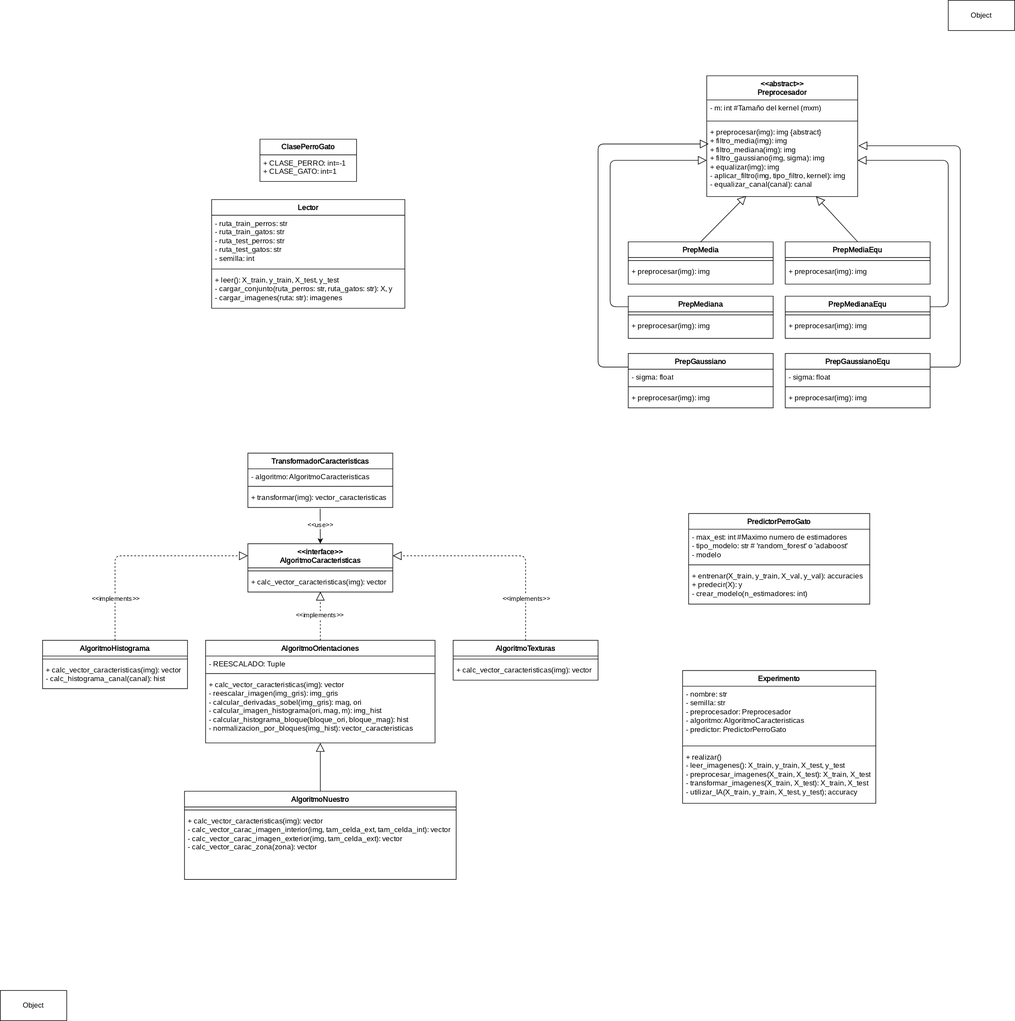
eloyUA/Clasificador-de-Perros-Gatos keeps this draw.io diagram as diagramas/clases.svg. Above is the earlier version. Source tidied: cells renumbered, new cells last; positions are measured from the earlier drawing's top-left corner, leaving out a move shared by most shapes.
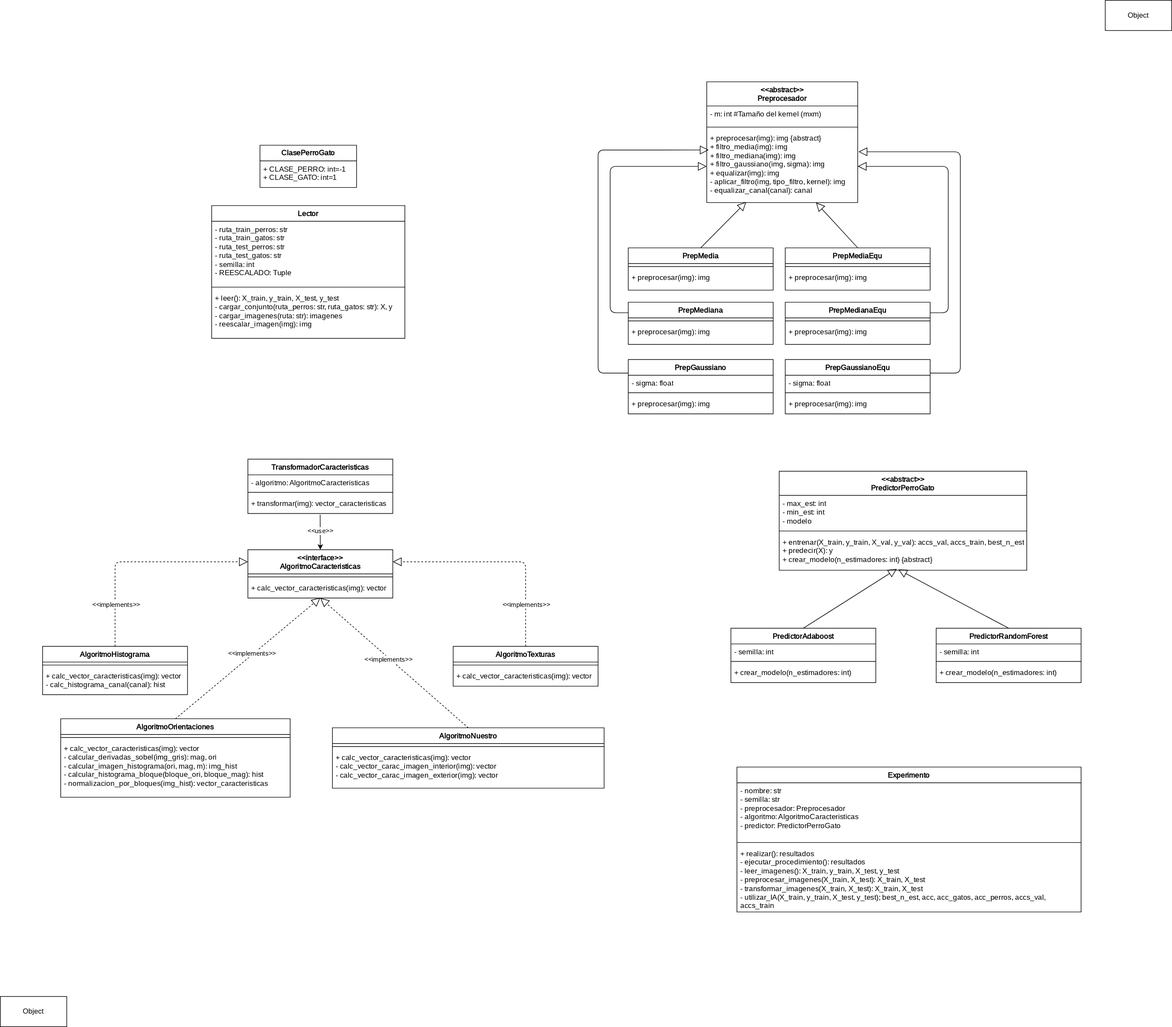
Later version of the same file.

What changed in the source:
```diff
@@ -9,16 +9,16 @@
       <mxGeometry y="26" width="160" height="44" as="geometry" />
     </mxCell>
     <mxCell id="4" value="&lt;font face=&quot;Nunito&quot;&gt;Lector&lt;/font&gt;" style="swimlane;fontStyle=1;align=center;verticalAlign=top;horizontal=1;startSize=26;whiteSpace=wrap;html=1;" parent="1" vertex="1">
-      <mxGeometry x="350" y="330" width="320" height="180" as="geometry" />
+      <mxGeometry x="350" y="330" width="320" height="220" as="geometry" />
     </mxCell>
-    <mxCell id="5" value="&lt;font face=&quot;Nunito&quot;&gt;- ruta_train_perros: str&lt;/font&gt;&lt;div&gt;&lt;font face=&quot;Nunito&quot;&gt;- ruta_train_gatos: str&lt;/font&gt;&lt;/div&gt;&lt;div&gt;&lt;font face=&quot;Nunito&quot;&gt;- ruta_test_perros: str&lt;/font&gt;&lt;/div&gt;&lt;div&gt;&lt;font face=&quot;Nunito&quot;&gt;- ruta_test_gatos: str&lt;/font&gt;&lt;/div&gt;&lt;div&gt;&lt;font face=&quot;Nunito&quot;&gt;- semilla: int&lt;/font&gt;&lt;/div&gt;" style="text;strokeColor=none;fillColor=none;align=left;verticalAlign=top;spacingLeft=4;spacingRight=4;overflow=hidden;whiteSpace=wrap;html=1;" parent="4" vertex="1">
-      <mxGeometry y="26" width="320" height="84" as="geometry" />
+    <mxCell id="5" value="&lt;font face=&quot;Nunito&quot;&gt;- ruta_train_perros: str&lt;/font&gt;&lt;div&gt;&lt;font face=&quot;Nunito&quot;&gt;- ruta_train_gatos: str&lt;/font&gt;&lt;/div&gt;&lt;div&gt;&lt;font face=&quot;Nunito&quot;&gt;- ruta_test_perros: str&lt;/font&gt;&lt;/div&gt;&lt;div&gt;&lt;font face=&quot;Nunito&quot;&gt;- ruta_test_gatos: str&lt;/font&gt;&lt;/div&gt;&lt;div&gt;&lt;font face=&quot;Nunito&quot;&gt;- semilla: int&lt;/font&gt;&lt;/div&gt;&lt;div&gt;&lt;font face=&quot;Nunito&quot;&gt;- REESCALADO: Tuple&lt;/font&gt;&lt;/div&gt;" style="text;strokeColor=none;fillColor=none;align=left;verticalAlign=top;spacingLeft=4;spacingRight=4;overflow=hidden;whiteSpace=wrap;html=1;" parent="4" vertex="1">
+      <mxGeometry y="26" width="320" height="104" as="geometry" />
     </mxCell>
     <mxCell id="6" style="line;strokeWidth=1;fillColor=none;align=left;verticalAlign=middle;spacingTop=-1;spacingLeft=3;spacingRight=3;labelPosition=right;strokeColor=inherit;" parent="4" vertex="1">
-      <mxGeometry y="110" width="320" height="10" as="geometry" />
+      <mxGeometry y="130" width="320" height="10" as="geometry" />
     </mxCell>
-    <mxCell id="7" value="&lt;font face=&quot;Nunito&quot;&gt;+ leer(): X_train, y_train, X_test, y_test&lt;/font&gt;&lt;div&gt;&lt;font face=&quot;Nunito&quot;&gt;- cargar_conjunto(ruta_perros: str, ruta_gatos: str): X, y&lt;/font&gt;&lt;/div&gt;&lt;div&gt;&lt;font face=&quot;Nunito&quot;&gt;- cargar_imagenes(ruta: str): imagenes&lt;/font&gt;&lt;/div&gt;" style="text;strokeColor=none;fillColor=none;align=left;verticalAlign=top;spacingLeft=4;spacingRight=4;overflow=hidden;whiteSpace=wrap;html=1;" parent="4" vertex="1">
-      <mxGeometry y="120" width="320" height="60" as="geometry" />
+    <mxCell id="7" value="&lt;font face=&quot;Nunito&quot;&gt;+ leer(): X_train, y_train, X_test, y_test&lt;/font&gt;&lt;div&gt;&lt;font face=&quot;Nunito&quot;&gt;- cargar_conjunto(ruta_perros: str, ruta_gatos: str): X, y&lt;/font&gt;&lt;/div&gt;&lt;div&gt;&lt;font face=&quot;Nunito&quot;&gt;- cargar_imagenes(ruta: str): imagenes&lt;/font&gt;&lt;/div&gt;&lt;div&gt;&lt;font face=&quot;Nunito&quot;&gt;- reescalar_imagen(img): img&lt;/font&gt;&lt;/div&gt;" style="text;strokeColor=none;fillColor=none;align=left;verticalAlign=top;spacingLeft=4;spacingRight=4;overflow=hidden;whiteSpace=wrap;html=1;" parent="4" vertex="1">
+      <mxGeometry y="140" width="320" height="80" as="geometry" />
     </mxCell>
     <mxCell id="8" value="&lt;font&gt;&amp;lt;&amp;lt;abstract&amp;gt;&amp;gt;&lt;/font&gt;&lt;div&gt;&lt;font&gt;Preprocesador&lt;/font&gt;&lt;/div&gt;" style="swimlane;fontStyle=1;align=center;verticalAlign=top;horizontal=1;startSize=40;whiteSpace=wrap;html=1;fontFamily=Nunito;fontSource=https%3A%2F%2Ffonts.googleapis.com%2Fcss2%3Ffamily%3DNunito%3Awght%40200%3B300%3B400%3B600%3B700%3B800%3B900%26display%3Dswap;" parent="1" vertex="1">
       <mxGeometry x="1170" y="125" width="250" height="200" as="geometry" />
@@ -155,52 +155,46 @@
       <mxGeometry y="36" width="240" height="30" as="geometry" />
     </mxCell>
     <mxCell id="49" value="&lt;font face=&quot;Nunito&quot;&gt;AlgoritmoOrientaciones&lt;/font&gt;" style="swimlane;fontStyle=1;align=center;verticalAlign=top;horizontal=1;startSize=26;whiteSpace=wrap;html=1;" parent="1" vertex="1">
-      <mxGeometry x="340" y="1060" width="380" height="170" as="geometry" />
+      <mxGeometry x="100" y="1180" width="380" height="130" as="geometry" />
     </mxCell>
-    <mxCell id="50" value="&lt;font face=&quot;Nunito&quot;&gt;- REESCALADO: Tuple&lt;/font&gt;" style="text;strokeColor=none;fillColor=none;align=left;verticalAlign=top;spacingLeft=4;spacingRight=4;overflow=hidden;whiteSpace=wrap;html=1;" parent="49" vertex="1">
-      <mxGeometry y="26" width="380" height="24" as="geometry" />
-    </mxCell>
     <mxCell id="51" style="line;strokeWidth=1;fillColor=none;align=left;verticalAlign=middle;spacingTop=-1;spacingLeft=3;spacingRight=3;labelPosition=right;strokeColor=inherit;" parent="49" vertex="1">
-      <mxGeometry y="50" width="380" height="10" as="geometry" />
+      <mxGeometry y="26" width="380" height="10" as="geometry" />
     </mxCell>
-    <mxCell id="52" value="&lt;font face=&quot;Nunito&quot;&gt;+ calc_vector_caracteristicas(img): vector&lt;/font&gt;&lt;div&gt;&lt;font face=&quot;Nunito&quot;&gt;- reescalar_imagen(img_gris): img_gris&lt;/font&gt;&lt;/div&gt;&lt;div&gt;&lt;font face=&quot;Nunito&quot;&gt;- calcular_derivadas_sobel(img_gris): mag, ori&lt;/font&gt;&lt;/div&gt;&lt;div&gt;&lt;font face=&quot;Nunito&quot;&gt;- calcular_imagen_histograma(ori, mag, m): img_hist&lt;/font&gt;&lt;/div&gt;&lt;div&gt;&lt;font face=&quot;Nunito&quot;&gt;- calcular_histograma_bloque(bloque_ori, bloque_mag): hist&lt;/font&gt;&lt;/div&gt;&lt;div&gt;&lt;font face=&quot;Nunito&quot;&gt;- normalizacion_por_bloques(img_hist): vector_caracteristicas&lt;/font&gt;&lt;/div&gt;" style="text;strokeColor=none;fillColor=none;align=left;verticalAlign=top;spacingLeft=4;spacingRight=4;overflow=hidden;points=[[0,0.5],[1,0.5]];portConstraint=eastwest;whiteSpace=wrap;html=1;" parent="49" vertex="1">
-      <mxGeometry y="60" width="380" height="110" as="geometry" />
+    <mxCell id="52" value="&lt;font face=&quot;Nunito&quot;&gt;+ calc_vector_caracteristicas(img): vector&lt;/font&gt;&lt;div&gt;&lt;font face=&quot;Nunito&quot;&gt;- calcular_derivadas_sobel(img_gris): mag, ori&lt;/font&gt;&lt;/div&gt;&lt;div&gt;&lt;font face=&quot;Nunito&quot;&gt;- calcular_imagen_histograma(ori, mag, m): img_hist&lt;/font&gt;&lt;/div&gt;&lt;div&gt;&lt;font face=&quot;Nunito&quot;&gt;- calcular_histograma_bloque(bloque_ori, bloque_mag): hist&lt;/font&gt;&lt;/div&gt;&lt;div&gt;&lt;font face=&quot;Nunito&quot;&gt;- normalizacion_por_bloques(img_hist): vector_caracteristicas&lt;/font&gt;&lt;/div&gt;" style="text;strokeColor=none;fillColor=none;align=left;verticalAlign=top;spacingLeft=4;spacingRight=4;overflow=hidden;points=[[0,0.5],[1,0.5]];portConstraint=eastwest;whiteSpace=wrap;html=1;" parent="49" vertex="1">
+      <mxGeometry y="36" width="380" height="94" as="geometry" />
     </mxCell>
-    <mxCell id="53" style="edgeStyle=none;html=1;exitX=0.5;exitY=0;exitDx=0;exitDy=0;endArrow=block;endFill=0;endSize=12;" parent="1" edge="1" source="54" target="52">
-      <mxGeometry relative="1" as="geometry" />
-    </mxCell>
     <mxCell id="54" value="&lt;font face=&quot;Nunito&quot;&gt;AlgoritmoNuestro&lt;/font&gt;" style="swimlane;fontStyle=1;align=center;verticalAlign=top;horizontal=1;startSize=26;whiteSpace=wrap;html=1;" parent="1" vertex="1">
-      <mxGeometry x="305" y="1310" width="450" height="146" as="geometry" />
+      <mxGeometry x="550" y="1195" width="450" height="100" as="geometry" />
     </mxCell>
     <mxCell id="55" style="line;strokeWidth=1;fillColor=none;align=left;verticalAlign=middle;spacingTop=-1;spacingLeft=3;spacingRight=3;labelPosition=right;strokeColor=inherit;" parent="54" vertex="1">
       <mxGeometry y="26" width="450" height="10" as="geometry" />
     </mxCell>
-    <mxCell id="56" value="&lt;font face=&quot;Nunito&quot;&gt;+ calc_vector_caracteristicas(img): vector&lt;/font&gt;&lt;div&gt;&lt;font face=&quot;Nunito&quot;&gt;- calc_vector_carac_imagen_interior(img, tam_celda_ext, tam_celda_int): vector&lt;/font&gt;&lt;/div&gt;&lt;div&gt;&lt;font face=&quot;Nunito&quot;&gt;- calc_vector_carac_imagen_exterior(img, tam_celda_ext): vector&lt;/font&gt;&lt;/div&gt;&lt;div&gt;&lt;font face=&quot;Nunito&quot;&gt;- calc_vector_carac_zona(zona): vector&lt;/font&gt;&lt;/div&gt;" style="text;strokeColor=none;fillColor=none;align=left;verticalAlign=top;spacingLeft=4;spacingRight=4;overflow=hidden;whiteSpace=wrap;html=1;" parent="54" vertex="1">
-      <mxGeometry y="36" width="450" height="110" as="geometry" />
+    <mxCell id="56" value="&lt;font face=&quot;Nunito&quot;&gt;+ calc_vector_caracteristicas(img): vector&lt;/font&gt;&lt;div&gt;&lt;font face=&quot;Nunito&quot;&gt;- calc_vector_carac_imagen_interior(img): vector&lt;/font&gt;&lt;/div&gt;&lt;div&gt;&lt;font face=&quot;Nunito&quot;&gt;- calc_vector_carac_imagen_exterior(img): vector&lt;/font&gt;&lt;/div&gt;" style="text;strokeColor=none;fillColor=none;align=left;verticalAlign=top;spacingLeft=4;spacingRight=4;overflow=hidden;whiteSpace=wrap;html=1;" parent="54" vertex="1">
+      <mxGeometry y="36" width="450" height="64" as="geometry" />
     </mxCell>
-    <mxCell id="57" value="&lt;font face=&quot;Nunito&quot;&gt;PredictorPerroGato&lt;/font&gt;" style="swimlane;fontStyle=1;align=center;verticalAlign=top;horizontal=1;startSize=26;whiteSpace=wrap;html=1;" parent="1" vertex="1">
-      <mxGeometry x="1140" y="850" width="300" height="150" as="geometry" />
+    <mxCell id="57" value="&lt;font face=&quot;Nunito&quot;&gt;&amp;lt;&amp;lt;abstract&amp;gt;&amp;gt;&lt;/font&gt;&lt;div&gt;&lt;font face=&quot;Nunito&quot;&gt;PredictorPerroGato&lt;/font&gt;&lt;/div&gt;" style="swimlane;fontStyle=1;align=center;verticalAlign=top;horizontal=1;startSize=40;whiteSpace=wrap;html=1;" parent="1" vertex="1">
+      <mxGeometry x="1290" y="770" width="410" height="164" as="geometry" />
     </mxCell>
-    <mxCell id="58" value="&lt;font face=&quot;Nunito&quot;&gt;- max_est: int #Maximo numero de estimadores&lt;/font&gt;&lt;div&gt;&lt;font face=&quot;Nunito&quot;&gt;- tipo_modelo: str # 'random_forest' o 'adaboost'&lt;/font&gt;&lt;/div&gt;&lt;div&gt;&lt;font face=&quot;Nunito&quot;&gt;- modelo&lt;/font&gt;&lt;/div&gt;" style="text;strokeColor=none;fillColor=none;align=left;verticalAlign=top;spacingLeft=4;spacingRight=4;overflow=hidden;whiteSpace=wrap;html=1;" parent="57" vertex="1">
-      <mxGeometry y="26" width="300" height="54" as="geometry" />
+    <mxCell id="58" value="&lt;font face=&quot;Nunito&quot;&gt;- max_est: int&lt;/font&gt;&lt;div&gt;&lt;font face=&quot;Nunito&quot;&gt;- min_est: int&lt;/font&gt;&lt;div&gt;&lt;font face=&quot;Nunito&quot;&gt;- modelo&lt;/font&gt;&lt;/div&gt;&lt;/div&gt;" style="text;strokeColor=none;fillColor=none;align=left;verticalAlign=top;spacingLeft=4;spacingRight=4;overflow=hidden;whiteSpace=wrap;html=1;" parent="57" vertex="1">
+      <mxGeometry y="40" width="410" height="54" as="geometry" />
     </mxCell>
     <mxCell id="59" style="line;strokeWidth=1;fillColor=none;align=left;verticalAlign=middle;spacingTop=-1;spacingLeft=3;spacingRight=3;labelPosition=right;strokeColor=inherit;" parent="57" vertex="1">
-      <mxGeometry y="80" width="300" height="10" as="geometry" />
+      <mxGeometry y="94" width="410" height="10" as="geometry" />
     </mxCell>
-    <mxCell id="60" value="&lt;font face=&quot;Nunito&quot;&gt;+ entrenar(X_train, y_train, X_val, y_val): accuracies&lt;/font&gt;&lt;div&gt;&lt;font face=&quot;Nunito&quot;&gt;+ predecir(X): y&lt;/font&gt;&lt;/div&gt;&lt;div&gt;&lt;font face=&quot;Nunito&quot;&gt;- crear_modelo(n_estimadores: int)&lt;/font&gt;&lt;/div&gt;" style="text;strokeColor=none;fillColor=none;align=left;verticalAlign=top;spacingLeft=4;spacingRight=4;overflow=hidden;points=[[0,0.5],[1,0.5]];portConstraint=eastwest;whiteSpace=wrap;html=1;" parent="57" vertex="1">
-      <mxGeometry y="90" width="300" height="60" as="geometry" />
+    <mxCell id="60" value="&lt;font face=&quot;Nunito&quot;&gt;+ entrenar(X_train, y_train, X_val, y_val): accs_val, accs_train, best_n_est&lt;/font&gt;&lt;div&gt;&lt;font face=&quot;Nunito&quot;&gt;+ predecir(X): y&lt;/font&gt;&lt;/div&gt;&lt;div&gt;&lt;font face=&quot;Nunito&quot;&gt;+ crear_modelo(n_estimadores: int) {abstract}&lt;/font&gt;&lt;/div&gt;" style="text;strokeColor=none;fillColor=none;align=left;verticalAlign=top;spacingLeft=4;spacingRight=4;overflow=hidden;points=[[0,0.5],[1,0.5]];portConstraint=eastwest;whiteSpace=wrap;html=1;" parent="57" vertex="1">
+      <mxGeometry y="104" width="410" height="60" as="geometry" />
     </mxCell>
     <mxCell id="61" value="&lt;font face=&quot;Nunito&quot;&gt;Experimento&lt;/font&gt;" style="swimlane;fontStyle=1;align=center;verticalAlign=top;horizontal=1;startSize=26;whiteSpace=wrap;html=1;" parent="1" vertex="1">
-      <mxGeometry x="1130" y="1110" width="320" height="220" as="geometry" />
+      <mxGeometry x="1220" y="1260" width="570" height="240" as="geometry" />
     </mxCell>
     <mxCell id="62" value="&lt;font face=&quot;Nunito&quot;&gt;- nombre: str&lt;/font&gt;&lt;div&gt;&lt;font face=&quot;Nunito&quot;&gt;- semilla: str&lt;/font&gt;&lt;/div&gt;&lt;div&gt;&lt;font face=&quot;Nunito&quot;&gt;- preprocesador: Preprocesador&lt;/font&gt;&lt;/div&gt;&lt;div&gt;&lt;font face=&quot;Nunito&quot;&gt;- algoritmo: AlgoritmoCaracteristicas&lt;/font&gt;&lt;/div&gt;&lt;div&gt;&lt;font face=&quot;Nunito&quot;&gt;- predictor: PredictorPerroGato&lt;/font&gt;&lt;/div&gt;" style="text;strokeColor=none;fillColor=none;align=left;verticalAlign=top;spacingLeft=4;spacingRight=4;overflow=hidden;whiteSpace=wrap;html=1;" parent="61" vertex="1">
-      <mxGeometry y="26" width="320" height="94" as="geometry" />
+      <mxGeometry y="26" width="570" height="94" as="geometry" />
     </mxCell>
     <mxCell id="63" style="line;strokeWidth=1;fillColor=none;align=left;verticalAlign=middle;spacingTop=-1;spacingLeft=3;spacingRight=3;labelPosition=right;strokeColor=inherit;" parent="61" vertex="1">
-      <mxGeometry y="120" width="320" height="10" as="geometry" />
+      <mxGeometry y="120" width="570" height="10" as="geometry" />
     </mxCell>
-    <mxCell id="64" value="&lt;font face=&quot;Nunito&quot;&gt;+ realizar()&lt;/font&gt;&lt;div&gt;&lt;font face=&quot;Nunito&quot;&gt;- leer_imagenes(): X_train, y_train, X_test, y_test&lt;/font&gt;&lt;/div&gt;&lt;div&gt;&lt;font face=&quot;Nunito&quot;&gt;- preprocesar_imagenes(X_train, X_test): X_train, X_test&lt;/font&gt;&lt;/div&gt;&lt;div&gt;&lt;font face=&quot;Nunito&quot;&gt;- transformar_imagenes(X_train, X_test): X_train, X_test&lt;/font&gt;&lt;/div&gt;&lt;div&gt;&lt;font face=&quot;Nunito&quot;&gt;- utilizar_IA(X_train, y_train, X_test, y_test); accuracy&lt;/font&gt;&lt;/div&gt;" style="text;strokeColor=none;fillColor=none;align=left;verticalAlign=top;spacingLeft=4;spacingRight=4;overflow=hidden;whiteSpace=wrap;html=1;" parent="61" vertex="1">
-      <mxGeometry y="130" width="320" height="90" as="geometry" />
+    <mxCell id="64" value="&lt;font face=&quot;Nunito&quot;&gt;+ realizar(): resultados&lt;/font&gt;&lt;div&gt;&lt;font face=&quot;Nunito&quot;&gt;- ejecutar_procedimiento(): resultados&lt;br&gt;&lt;/font&gt;&lt;div&gt;&lt;font face=&quot;Nunito&quot;&gt;- leer_imagenes(): X_train, y_train, X_test, y_test&lt;/font&gt;&lt;/div&gt;&lt;div&gt;&lt;font face=&quot;Nunito&quot;&gt;- preprocesar_imagenes(X_train, X_test): X_train, X_test&lt;/font&gt;&lt;/div&gt;&lt;div&gt;&lt;font face=&quot;Nunito&quot;&gt;- transformar_imagenes(X_train, X_test): X_train, X_test&lt;/font&gt;&lt;/div&gt;&lt;div&gt;&lt;font face=&quot;Nunito&quot;&gt;- utilizar_IA(X_train, y_train, X_test, y_test); best_n_est, acc, acc_gatos, acc_perros, accs_val, accs_train&lt;/font&gt;&lt;/div&gt;&lt;/div&gt;" style="text;strokeColor=none;fillColor=none;align=left;verticalAlign=top;spacingLeft=4;spacingRight=4;overflow=hidden;whiteSpace=wrap;html=1;" parent="61" vertex="1">
+      <mxGeometry y="130" width="570" height="110" as="geometry" />
     </mxCell>
     <mxCell id="65" style="edgeStyle=none;html=1;exitX=0.5;exitY=0;exitDx=0;exitDy=0;endArrow=block;endFill=0;strokeWidth=1;endSize=12;" parent="1" edge="1" source="24">
       <mxGeometry relative="1" as="geometry">
@@ -256,10 +250,48 @@
       <mxGeometry x="0.07" y="2" relative="1" as="geometry" />
     </mxCell>
     <mxCell id="75" value="Object" style="html=1;whiteSpace=wrap;" parent="1" vertex="1">
-      <mxGeometry x="1570" width="110" height="50" as="geometry" />
+      <mxGeometry x="1830" y="-10" width="110" height="50" as="geometry" />
     </mxCell>
     <mxCell id="76" value="Object" style="html=1;whiteSpace=wrap;" parent="1" vertex="1">
       <mxGeometry y="1640" width="110" height="50" as="geometry" />
     </mxCell>
+    <mxCell id="77" style="edgeStyle=none;html=1;exitX=0.5;exitY=0;exitDx=0;exitDy=0;endArrow=block;endFill=0;endSize=12;dashed=1;" parent="1" edge="1" source="54">
+      <mxGeometry relative="1" as="geometry">
+        <mxPoint x="530" y="980" as="targetPoint" />
+      </mxGeometry>
+    </mxCell>
+    <mxCell id="78" value="&lt;font face=&quot;Nunito&quot;&gt;&amp;lt;&amp;lt;implements&amp;gt;&amp;gt;&lt;/font&gt;" style="edgeLabel;html=1;align=center;verticalAlign=middle;" parent="77" vertex="1">
+      <mxGeometry x="0.07" y="2" relative="1" as="geometry" />
+    </mxCell>
+    <mxCell id="79" value="&lt;font face=&quot;Nunito&quot;&gt;PredictorAdaboost&lt;/font&gt;" style="swimlane;fontStyle=1;align=center;verticalAlign=top;horizontal=1;startSize=26;whiteSpace=wrap;html=1;" parent="1" vertex="1">
+      <mxGeometry x="1210" y="1030" width="240" height="90" as="geometry" />
+    </mxCell>
+    <mxCell id="80" value="&lt;font face=&quot;Nunito&quot;&gt;- semilla: int&lt;/font&gt;" style="text;strokeColor=none;fillColor=none;align=left;verticalAlign=top;spacingLeft=4;spacingRight=4;overflow=hidden;whiteSpace=wrap;html=1;" parent="79" vertex="1">
+      <mxGeometry y="26" width="240" height="24" as="geometry" />
+    </mxCell>
+    <mxCell id="81" style="line;strokeWidth=1;fillColor=none;align=left;verticalAlign=middle;spacingTop=-1;spacingLeft=3;spacingRight=3;labelPosition=right;strokeColor=inherit;" parent="79" vertex="1">
+      <mxGeometry y="50" width="240" height="10" as="geometry" />
+    </mxCell>
+    <mxCell id="82" value="&lt;font face=&quot;Nunito&quot;&gt;+ crear_modelo(n_estimadores: int)&lt;/font&gt;" style="text;strokeColor=none;fillColor=none;align=left;verticalAlign=top;spacingLeft=4;spacingRight=4;overflow=hidden;whiteSpace=wrap;html=1;" parent="79" vertex="1">
+      <mxGeometry y="60" width="240" height="30" as="geometry" />
+    </mxCell>
+    <mxCell id="83" value="&lt;font face=&quot;Nunito&quot;&gt;PredictorRandomForest&lt;/font&gt;" style="swimlane;fontStyle=1;align=center;verticalAlign=top;horizontal=1;startSize=26;whiteSpace=wrap;html=1;" parent="1" vertex="1">
+      <mxGeometry x="1550" y="1030" width="240" height="90" as="geometry" />
+    </mxCell>
+    <mxCell id="84" value="&lt;font face=&quot;Nunito&quot;&gt;- semilla: int&lt;/font&gt;" style="text;strokeColor=none;fillColor=none;align=left;verticalAlign=top;spacingLeft=4;spacingRight=4;overflow=hidden;whiteSpace=wrap;html=1;" parent="83" vertex="1">
+      <mxGeometry y="26" width="240" height="24" as="geometry" />
+    </mxCell>
+    <mxCell id="85" style="line;strokeWidth=1;fillColor=none;align=left;verticalAlign=middle;spacingTop=-1;spacingLeft=3;spacingRight=3;labelPosition=right;strokeColor=inherit;" parent="83" vertex="1">
+      <mxGeometry y="50" width="240" height="10" as="geometry" />
+    </mxCell>
+    <mxCell id="86" value="&lt;font face=&quot;Nunito&quot;&gt;+ crear_modelo(n_estimadores: int)&lt;/font&gt;" style="text;strokeColor=none;fillColor=none;align=left;verticalAlign=top;spacingLeft=4;spacingRight=4;overflow=hidden;whiteSpace=wrap;html=1;" parent="83" vertex="1">
+      <mxGeometry y="60" width="240" height="30" as="geometry" />
+    </mxCell>
+    <mxCell id="87" style="edgeStyle=none;html=1;exitX=0.5;exitY=0;exitDx=0;exitDy=0;endArrow=block;endFill=0;strokeWidth=1;endSize=12;entryX=0.475;entryY=0.963;entryDx=0;entryDy=0;entryPerimeter=0;" parent="1" edge="1" source="79" target="60">
+      <mxGeometry relative="1" as="geometry" />
+    </mxCell>
+    <mxCell id="88" style="edgeStyle=none;html=1;exitX=0.5;exitY=0;exitDx=0;exitDy=0;endArrow=block;endFill=0;strokeWidth=1;endSize=12;entryX=0.481;entryY=0.979;entryDx=0;entryDy=0;entryPerimeter=0;" parent="1" edge="1" source="83" target="60">
+      <mxGeometry relative="1" as="geometry" />
+    </mxCell>
   </root>
 </mxGraphModel>
```
